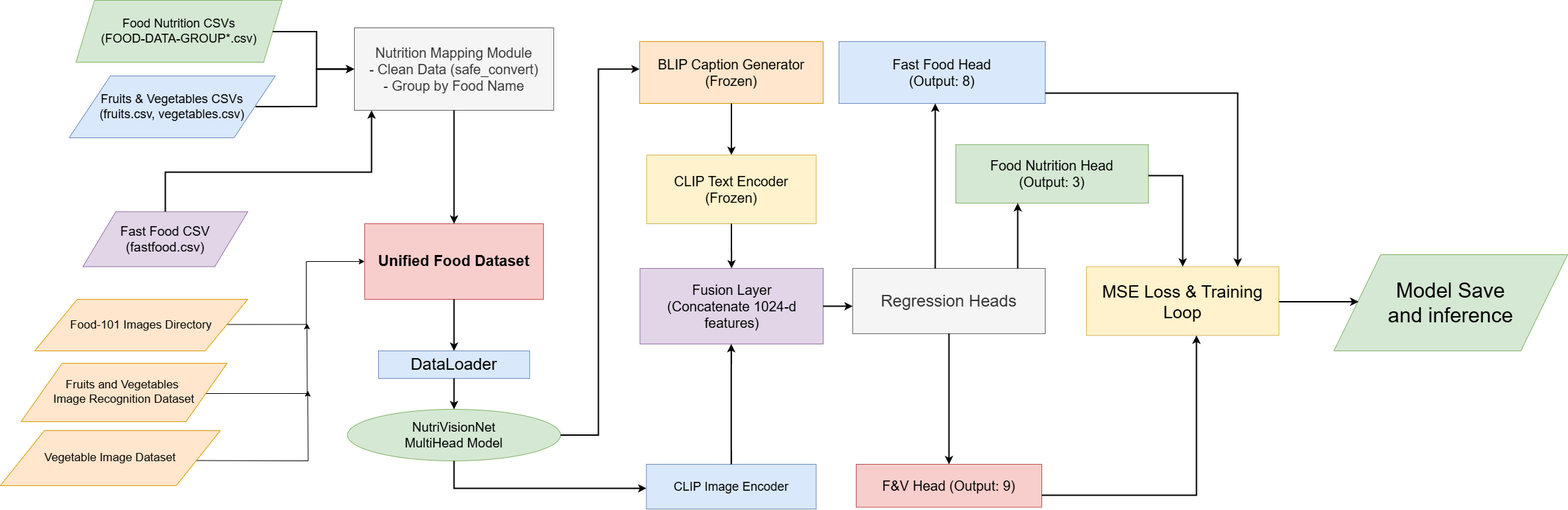
The draw.io diagram Pipeline.png in AngRoy/NutriVision, before a commit. Source tidied: cells renumbered, new cells last; positions are measured from the earlier drawing's top-left corner, leaving out a move shared by most shapes.
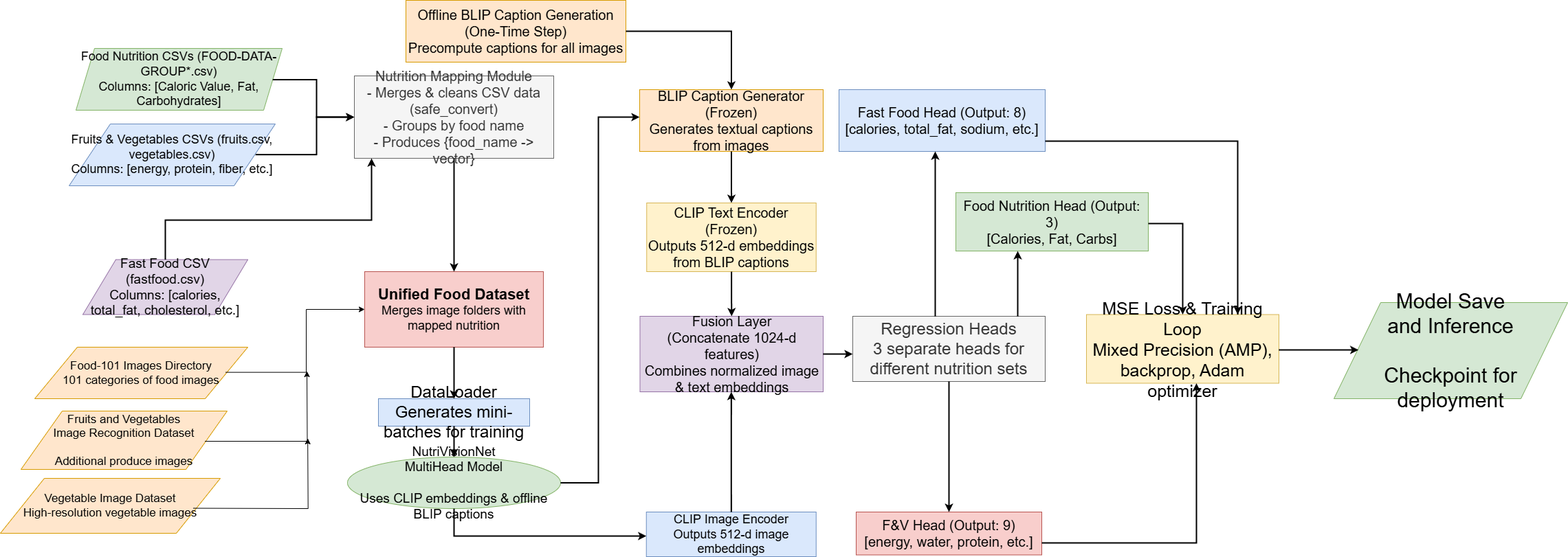
Later version of the same file.

Diff of the diagram source:
```diff
@@ -2,63 +2,72 @@
   <root>
     <mxCell id="0" />
     <mxCell id="1" parent="0" />
-    <mxCell id="2" value="&lt;font&gt;Food Nutrition CSVs&lt;br&gt;(FOOD-DATA-GROUP*.csv)&lt;/font&gt;" style="shape=parallelogram;whiteSpace=wrap;html=1;fontSize=18;size=0.09;fillColor=#d5e8d4;strokeColor=#82b366;" parent="1" vertex="1">
+    <mxCell id="2" value="&lt;font&gt;Food Nutrition CSVs (FOOD-DATA-GROUP*.csv)&lt;br&gt;Columns: [Caloric Value, Fat, Carbohydrates]&lt;/font&gt;" style="shape=parallelogram;whiteSpace=wrap;html=1;fontSize=18;size=0.09;fillColor=#d5e8d4;strokeColor=#82b366;" parent="1" vertex="1">
       <mxGeometry x="110" width="300" height="90" as="geometry" />
     </mxCell>
-    <mxCell id="3" value="Fruits &amp;amp; Vegetables CSVs&#10;(fruits.csv, vegetables.csv)" style="shape=parallelogram;whiteSpace=wrap;html=1;fontSize=18;fillColor=#dae8fc;strokeColor=#6c8ebf;" parent="1" vertex="1">
+    <mxCell id="3" value="Fruits &amp; Vegetables CSVs (fruits.csv, vegetables.csv)&lt;br&gt;Columns: [energy, protein, fiber, etc.]" style="shape=parallelogram;whiteSpace=wrap;html=1;fontSize=18;fillColor=#dae8fc;strokeColor=#6c8ebf;" parent="1" vertex="1">
       <mxGeometry x="100" y="110" width="300" height="90" as="geometry" />
     </mxCell>
-    <mxCell id="4" value="Fast Food CSV&#10;(fastfood.csv)" style="shape=parallelogram;whiteSpace=wrap;html=1;fontSize=19;fillColor=#e1d5e7;strokeColor=#9673a6;" parent="1" vertex="1">
+    <mxCell id="4" value="Fast Food CSV (fastfood.csv)&lt;br&gt;Columns: [calories, total_fat, cholesterol, etc.]" style="shape=parallelogram;whiteSpace=wrap;html=1;fontSize=19;fillColor=#e1d5e7;strokeColor=#9673a6;" parent="1" vertex="1">
       <mxGeometry x="120" y="307.5" width="240" height="80" as="geometry" />
     </mxCell>
-    <mxCell id="5" style="edgeStyle=orthogonalEdgeStyle;rounded=0;jettySize=auto;html=1;exitX=0.896;exitY=0.488;exitDx=0;exitDy=0;entryX=0;entryY=0.5;entryDx=0;entryDy=0;exitPerimeter=0;" parent="1" edge="1" source="6" target="8">
-      <mxGeometry relative="1" as="geometry" />
-    </mxCell>
-    <mxCell id="6" value="Food-101 Images Directory" style="shape=parallelogram;whiteSpace=wrap;html=1;fontSize=17;fillColor=#ffe6cc;strokeColor=#d79b00;" parent="1" vertex="1">
+    <mxCell id="6" value="Food-101 Images Directory&lt;br&gt;101 categories of food images" style="shape=parallelogram;whiteSpace=wrap;html=1;fontSize=17;fillColor=#ffe6cc;strokeColor=#d79b00;" parent="1" vertex="1">
       <mxGeometry x="50" y="435" width="310" height="75" as="geometry" />
     </mxCell>
-    <mxCell id="7" value="Nutrition Mapping Module&#10;- Clean Data (safe_convert)&#10;- Group by Food Name" style="shape=rectangle;whiteSpace=wrap;html=1;fontSize=20;fillColor=#f5f5f5;fontColor=#333333;strokeColor=#666666;" parent="1" vertex="1">
+    <mxCell id="7" value="Nutrition Mapping Module&lt;br&gt;- Merges &amp; cleans CSV data (safe_convert)&lt;br&gt;- Groups by food name&lt;br&gt;- Produces {food_name -&gt; vector}" style="shape=rectangle;whiteSpace=wrap;html=1;fontSize=20;fillColor=#f5f5f5;fontColor=#333333;strokeColor=#666666;" parent="1" vertex="1">
       <mxGeometry x="515" y="40" width="290" height="120" as="geometry" />
     </mxCell>
-    <mxCell id="8" value="&lt;b&gt;&lt;font style=&quot;font-size: 22px;&quot;&gt;Unified Food Dataset&lt;br&gt;&lt;/font&gt;&lt;/b&gt;" style="shape=rectangle;whiteSpace=wrap;html=1;fontSize=18;fillColor=#f8cecc;strokeColor=#b85450;" parent="1" vertex="1">
+    <mxCell id="8" value="&lt;b&gt;&lt;font style=&quot;font-size: 22px;&quot;&gt;Unified Food Dataset&lt;/font&gt;&lt;/b&gt;&lt;br&gt;Merges image folders with mapped nutrition" style="shape=rectangle;whiteSpace=wrap;html=1;fontSize=18;fillColor=#f8cecc;strokeColor=#b85450;" parent="1" vertex="1">
       <mxGeometry x="530" y="325" width="260" height="110" as="geometry" />
     </mxCell>
-    <mxCell id="9" value="DataLoader" style="shape=rectangle;whiteSpace=wrap;html=1;fontSize=24;fillColor=#dae8fc;strokeColor=#6c8ebf;" parent="1" vertex="1">
+    <mxCell id="9" value="DataLoader&lt;br&gt;Generates mini-batches for training" style="shape=rectangle;whiteSpace=wrap;html=1;fontSize=24;fillColor=#dae8fc;strokeColor=#6c8ebf;" parent="1" vertex="1">
       <mxGeometry x="550" y="510" width="220" height="40" as="geometry" />
     </mxCell>
-    <mxCell id="10" value="NutriVisionNet&lt;div&gt;MultiHead Model&lt;/div&gt;" style="shape=ellipse;whiteSpace=wrap;html=1;fontSize=19;fillColor=#d5e8d4;strokeColor=#82b366;" parent="1" vertex="1">
+    <mxCell id="10" value="NutriVisionNet&lt;div&gt;MultiHead Model&lt;/div&gt;&lt;br&gt;Uses CLIP embeddings &amp; offline BLIP captions" style="shape=ellipse;whiteSpace=wrap;html=1;fontSize=19;fillColor=#d5e8d4;strokeColor=#82b366;" parent="1" vertex="1">
       <mxGeometry x="505" y="595" width="310" height="75" as="geometry" />
     </mxCell>
-    <mxCell id="11" value="BLIP Caption Generator (Frozen)" style="shape=rectangle;whiteSpace=wrap;html=1;fontSize=20;fillColor=#ffe6cc;strokeColor=#d79b00;" parent="1" vertex="1">
+    <mxCell id="11" value="BLIP Caption Generator (Frozen)&lt;br&gt;Generates textual captions from images" style="shape=rectangle;whiteSpace=wrap;html=1;fontSize=20;fillColor=#ffe6cc;strokeColor=#d79b00;" parent="1" vertex="1">
       <mxGeometry x="930" y="60" width="267" height="90" as="geometry" />
     </mxCell>
-    <mxCell id="12" value="CLIP Image Encoder" style="shape=rectangle;whiteSpace=wrap;html=1;fontSize=18;fillColor=#dae8fc;strokeColor=#6c8ebf;" parent="1" vertex="1">
+    <mxCell id="12" value="CLIP Image Encoder&lt;br&gt;Outputs 512-d image embeddings" style="shape=rectangle;whiteSpace=wrap;html=1;fontSize=18;fillColor=#dae8fc;strokeColor=#6c8ebf;" parent="1" vertex="1">
       <mxGeometry x="939.8" y="675" width="247" height="65" as="geometry" />
     </mxCell>
-    <mxCell id="13" value="CLIP Text Encoder (Frozen)" style="shape=rectangle;whiteSpace=wrap;html=1;fontSize=20;fillColor=#fff2cc;strokeColor=#d6b656;" parent="1" vertex="1">
+    <mxCell id="13" value="CLIP Text Encoder (Frozen)&lt;br&gt;Outputs 512-d embeddings from BLIP captions" style="shape=rectangle;whiteSpace=wrap;html=1;fontSize=20;fillColor=#fff2cc;strokeColor=#d6b656;" parent="1" vertex="1">
       <mxGeometry x="940.2" y="225" width="246.5" height="100" as="geometry" />
     </mxCell>
-    <mxCell id="14" value="Fusion Layer&#10;(Concatenate 1024-d features)" style="shape=rectangle;whiteSpace=wrap;html=1;fontSize=20;fillColor=#e1d5e7;strokeColor=#9673a6;" parent="1" vertex="1">
+    <mxCell id="14" value="Fusion Layer&lt;br&gt;(Concatenate 1024-d features)&lt;br&gt;Combines normalized image &amp; text embeddings" style="shape=rectangle;whiteSpace=wrap;html=1;fontSize=20;fillColor=#e1d5e7;strokeColor=#9673a6;" parent="1" vertex="1">
       <mxGeometry x="930.5" y="390" width="266.5" height="110" as="geometry" />
     </mxCell>
-    <mxCell id="15" value="Regression Heads" style="shape=rectangle;whiteSpace=wrap;html=1;fontSize=24;fillColor=#f5f5f5;fontColor=#333333;strokeColor=#666666;" parent="1" vertex="1">
+    <mxCell id="15" value="Regression Heads&lt;br&gt;3 separate heads for different nutrition sets" style="shape=rectangle;whiteSpace=wrap;html=1;fontSize=24;fillColor=#f5f5f5;fontColor=#333333;strokeColor=#666666;" parent="1" vertex="1">
       <mxGeometry x="1240" y="390" width="280" height="95" as="geometry" />
     </mxCell>
-    <mxCell id="16" value="Food Nutrition Head&#10;(Output: 3)" style="shape=rectangle;whiteSpace=wrap;html=1;fontSize=20;fillColor=#d5e8d4;strokeColor=#82b366;" parent="1" vertex="1">
+    <mxCell id="16" value="Food Nutrition Head (Output: 3)&lt;br&gt;[Calories, Fat, Carbs]" style="shape=rectangle;whiteSpace=wrap;html=1;fontSize=20;fillColor=#d5e8d4;strokeColor=#82b366;" parent="1" vertex="1">
       <mxGeometry x="1390" y="210" width="280" height="85" as="geometry" />
     </mxCell>
-    <mxCell id="17" value="F&amp;amp;V Head (Output: 9)" style="shape=rectangle;whiteSpace=wrap;html=1;fontSize=20;fillColor=#f8cecc;strokeColor=#b85450;" parent="1" vertex="1">
+    <mxCell id="17" value="F&amp;amp;V Head (Output: 9)&lt;br&gt;[energy, water, protein, etc.]" style="shape=rectangle;whiteSpace=wrap;html=1;fontSize=20;fillColor=#f8cecc;strokeColor=#b85450;" parent="1" vertex="1">
       <mxGeometry x="1245" y="675" width="270" height="62.5" as="geometry" />
     </mxCell>
-    <mxCell id="18" value="Fast Food Head&#10;(Output: 8)" style="shape=rectangle;whiteSpace=wrap;html=1;fontSize=20;fillColor=#dae8fc;strokeColor=#6c8ebf;" parent="1" vertex="1">
+    <mxCell id="18" value="Fast Food Head (Output: 8)&lt;br&gt;[calories, total_fat, sodium, etc.]" style="shape=rectangle;whiteSpace=wrap;html=1;fontSize=20;fillColor=#dae8fc;strokeColor=#6c8ebf;" parent="1" vertex="1">
       <mxGeometry x="1220" y="60" width="300" height="90" as="geometry" />
     </mxCell>
-    <mxCell id="19" value="MSE Loss &amp;amp; Training Loop" style="shape=rectangle;whiteSpace=wrap;html=1;fontSize=25;fillColor=#fff2cc;strokeColor=#d6b656;" parent="1" vertex="1">
+    <mxCell id="19" value="MSE Loss &amp;amp; Training Loop&lt;br&gt;Mixed Precision (AMP), backprop, Adam optimizer" style="shape=rectangle;whiteSpace=wrap;html=1;fontSize=25;fillColor=#fff2cc;strokeColor=#d6b656;" parent="1" vertex="1">
       <mxGeometry x="1580" y="387.5" width="280" height="100" as="geometry" />
     </mxCell>
-    <mxCell id="20" value="Model Save&lt;div&gt;and inference&lt;/div&gt;" style="shape=parallelogram;whiteSpace=wrap;html=1;fontSize=30;fillColor=#d5e8d4;strokeColor=#82b366;" parent="1" vertex="1">
+    <mxCell id="20" value="Model Save&lt;div&gt;and Inference&lt;/div&gt;&lt;br&gt;Checkpoint for deployment" style="shape=parallelogram;whiteSpace=wrap;html=1;fontSize=30;fillColor=#d5e8d4;strokeColor=#82b366;" parent="1" vertex="1">
       <mxGeometry x="1940" y="370" width="340" height="140" as="geometry" />
     </mxCell>
+    <mxCell id="41" value="Fruits and Vegetables&lt;div&gt;Image Recognition Dataset&lt;/div&gt;&lt;br&gt;Additional produce images" style="shape=parallelogram;whiteSpace=wrap;html=1;fontSize=17;fillColor=#ffe6cc;strokeColor=#d79b00;" parent="1" vertex="1">
+      <mxGeometry x="30" y="528" width="300" height="85" as="geometry" />
+    </mxCell>
+    <mxCell id="43" value="Vegetable Image Dataset&lt;br&gt;High-resolution vegetable images" style="shape=parallelogram;whiteSpace=wrap;html=1;fontSize=17;fillColor=#ffe6cc;strokeColor=#d79b00;" parent="1" vertex="1">
+      <mxGeometry y="626" width="320" height="80" as="geometry" />
+    </mxCell>
+    <mxCell id="44" value="Offline BLIP Caption Generation (One-Time Step)&lt;div&gt;Precompute captions for all images&lt;/div&gt;" style="shape=rectangle;whiteSpace=wrap;html=1;fontSize=20;fillColor=#ffe6cc;strokeColor=#d79b00;" parent="1" vertex="1">
+      <mxGeometry x="590" y="-70" width="320" height="90" as="geometry" />
+    </mxCell>
+    <mxCell id="5" style="edgeStyle=orthogonalEdgeStyle;rounded=0;jettySize=auto;html=1;exitX=0.896;exitY=0.488;exitDx=0;exitDy=0;entryX=0;entryY=0.5;entryDx=0;entryDy=0;exitPerimeter=0;" parent="1" edge="1" source="6" target="8">
+      <mxGeometry relative="1" as="geometry" />
+    </mxCell>
     <mxCell id="21" style="edgeStyle=orthogonalEdgeStyle;rounded=0;jettySize=auto;html=1;exitX=0.954;exitY=0.506;exitDx=0;exitDy=0;exitPerimeter=0;strokeWidth=2;" parent="1" edge="1" source="2" target="7">
       <mxGeometry relative="1" as="geometry">
         <Array as="points">
@@ -92,7 +101,10 @@
     <mxCell id="26" style="edgeStyle=orthogonalEdgeStyle;rounded=0;jettySize=auto;html=1;strokeWidth=2;" parent="1" edge="1" source="9" target="10">
       <mxGeometry relative="1" as="geometry" />
     </mxCell>
+    <mxCell id="45" style="edgeStyle=orthogonalEdgeStyle;rounded=0;jettySize=auto;html=1;strokeWidth=2;" parent="1" edge="1" source="44" target="11">
+      <mxGeometry relative="1" as="geometry" />
+    </mxCell>
-    <mxCell id="27" style="edgeStyle=orthogonalEdgeStyle;rounded=0;jettySize=auto;html=1;exitX=1;exitY=0.5;exitDx=0;exitDy=0;strokeWidth=2;" parent="1" edge="1" source="10" target="11">
+    <mxCell id="27" style="edgeStyle=orthogonalEdgeStyle;rounded=0;jettySize=auto;html=1;strokeWidth=2;" parent="1" edge="1" source="10" target="11">
       <mxGeometry relative="1" as="geometry">
         <Array as="points">
           <mxPoint x="870" y="632" />
@@ -177,17 +189,11 @@
         <mxPoint x="446" y="470" as="targetPoint" />
       </mxGeometry>
     </mxCell>
-    <mxCell id="41" value="Fruits and Vegetables&amp;nbsp;&lt;div&gt;Image Recognition Dataset&lt;/div&gt;" style="shape=parallelogram;whiteSpace=wrap;html=1;fontSize=17;fillColor=#ffe6cc;strokeColor=#d79b00;" parent="1" vertex="1">
-      <mxGeometry x="30" y="528" width="300" height="85" as="geometry" />
-    </mxCell>
     <mxCell id="42" style="edgeStyle=orthogonalEdgeStyle;rounded=0;orthogonalLoop=1;jettySize=auto;html=1;exitX=0.887;exitY=0.521;exitDx=0;exitDy=0;exitPerimeter=0;" parent="1" edge="1">
       <mxGeometry relative="1" as="geometry">
         <mxPoint x="281" y="669.5" as="sourcePoint" />
         <mxPoint x="447.2" y="567.8" as="targetPoint" />
       </mxGeometry>
     </mxCell>
-    <mxCell id="43" value="Vegetable Image Dataset" style="shape=parallelogram;whiteSpace=wrap;html=1;fontSize=17;fillColor=#ffe6cc;strokeColor=#d79b00;" parent="1" vertex="1">
-      <mxGeometry y="626" width="320" height="80" as="geometry" />
-    </mxCell>
   </root>
 </mxGraphModel>
```
